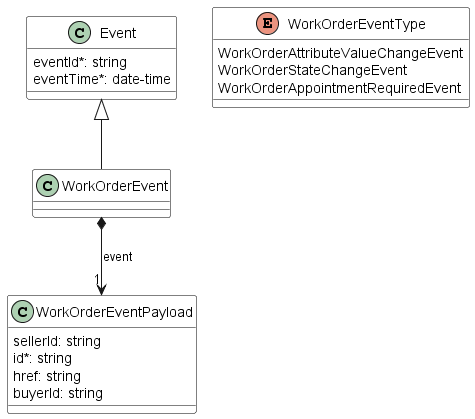
The PlantUML diagram documentation/productApi/workforce/media/useCase22NotificationModel.png in MEF-GIT/MEF-LSO-Sonata-SDK, before a commit. Its diagram source:
```plantuml
@startuml
skinparam {
    ClassBackgroundColor White
    ClassBorderColor Black
}



class Event {

    eventId*: string
    eventTime*: date-time
}

class WorkOrderEventPayload {

    sellerId: string
    id*: string
    href: string
    buyerId: string
}

Event <|-- WorkOrderEvent
WorkOrderEvent *-->"1" WorkOrderEventPayload : event


enum WorkOrderEventType {

    WorkOrderAttributeValueChangeEvent
    WorkOrderStateChangeEvent
    WorkOrderAppointmentRequiredEvent
}
@enduml
```
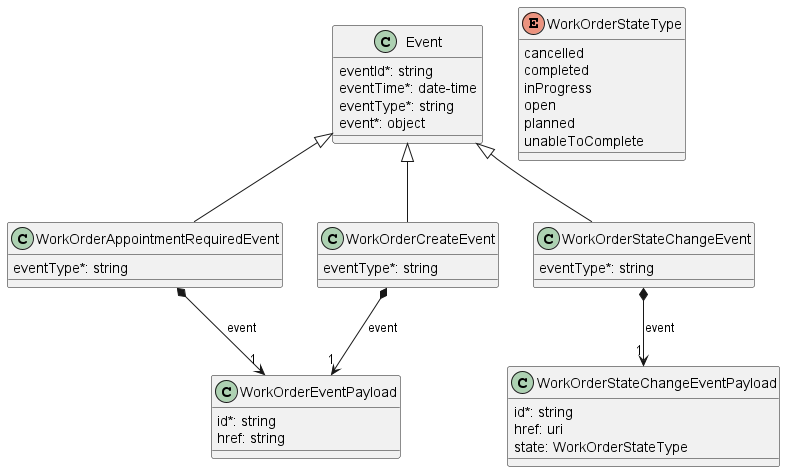
Later version of the same file.

The edit, as a diff of the source:
```diff
@@ -1,8 +1,4 @@
 @startuml
-skinparam {
-    ClassBackgroundColor White
-    ClassBorderColor Black
-}
 
 
 
@@ -10,24 +6,63 @@
 
     eventId*: string
     eventTime*: date-time
+    eventType*: string
+    event*: object
 }
+
+
+
+class WorkOrderAppointmentRequiredEvent {
+
+    eventType*: string
+}
+Event <|-- WorkOrderAppointmentRequiredEvent
+
+WorkOrderAppointmentRequiredEvent *-->"1" WorkOrderEventPayload : event
+
+
+class WorkOrderCreateEvent {
+
+    eventType*: string
+}
+Event <|-- WorkOrderCreateEvent
+
+WorkOrderCreateEvent *-->"1" WorkOrderEventPayload : event
+
+
+class WorkOrderStateChangeEvent {
+
+    eventType*: string
+}
+Event <|-- WorkOrderStateChangeEvent
+
+WorkOrderStateChangeEvent *-->"1" WorkOrderStateChangeEventPayload : event
+
+
+class WorkOrderStateChangeEventPayload {
+
+    id*: string
+    href: uri
+    state: WorkOrderStateType
+}
+
+
 
 class WorkOrderEventPayload {
 
-    sellerId: string
     id*: string
     href: string
-    buyerId: string
 }
 
-Event <|-- WorkOrderEvent
-WorkOrderEvent *-->"1" WorkOrderEventPayload : event
 
 
-enum WorkOrderEventType {
+enum WorkOrderStateType {
 
-    WorkOrderAttributeValueChangeEvent
-    WorkOrderStateChangeEvent
-    WorkOrderAppointmentRequiredEvent
+    cancelled
+    completed
+    inProgress
+    open
+    planned
+    unableToComplete
 }
 @enduml
```
